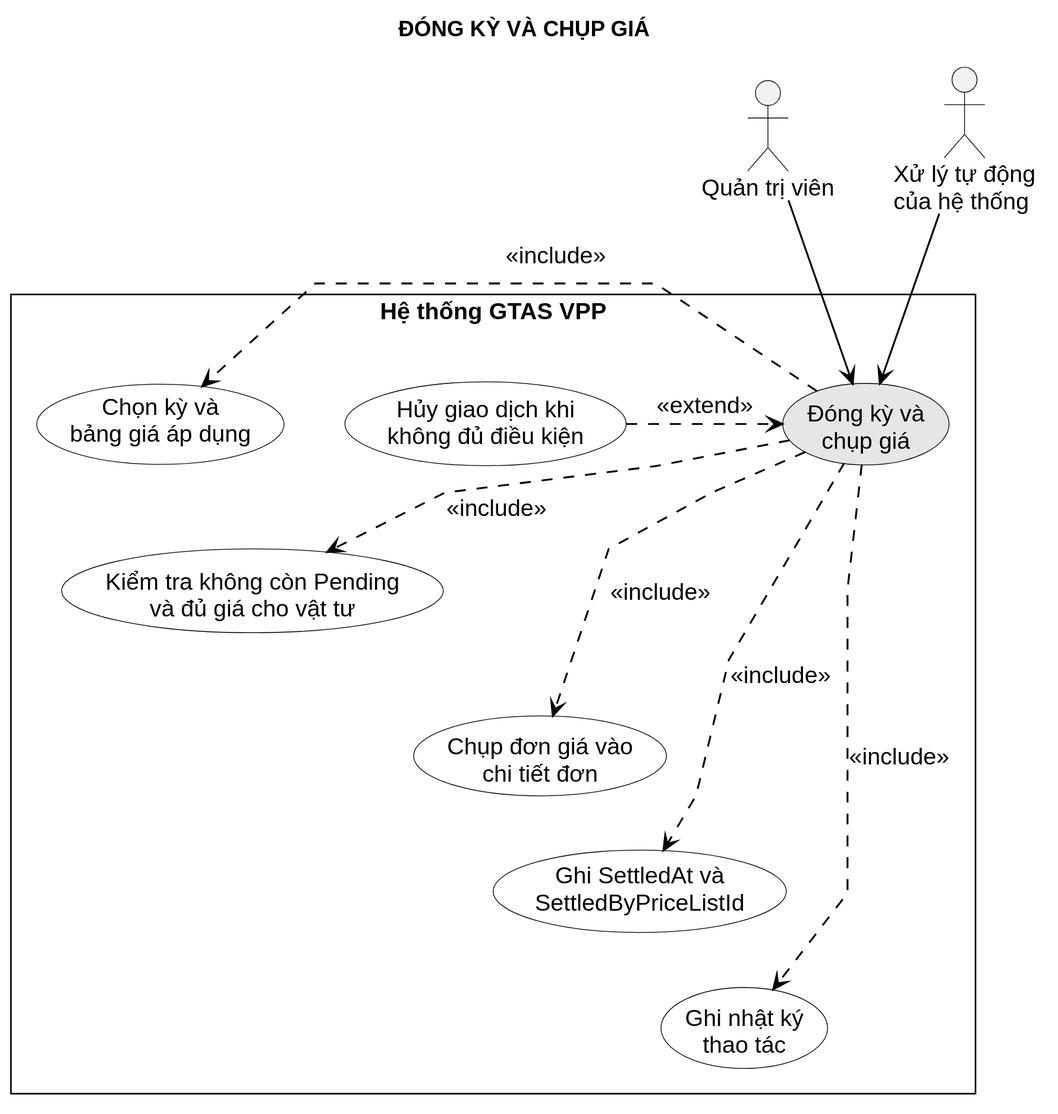
The PlantUML diagram LVTN/diagrams/ch03/use-case-settle-period.svg in Miikey24s/gtas_vpp, before a commit.
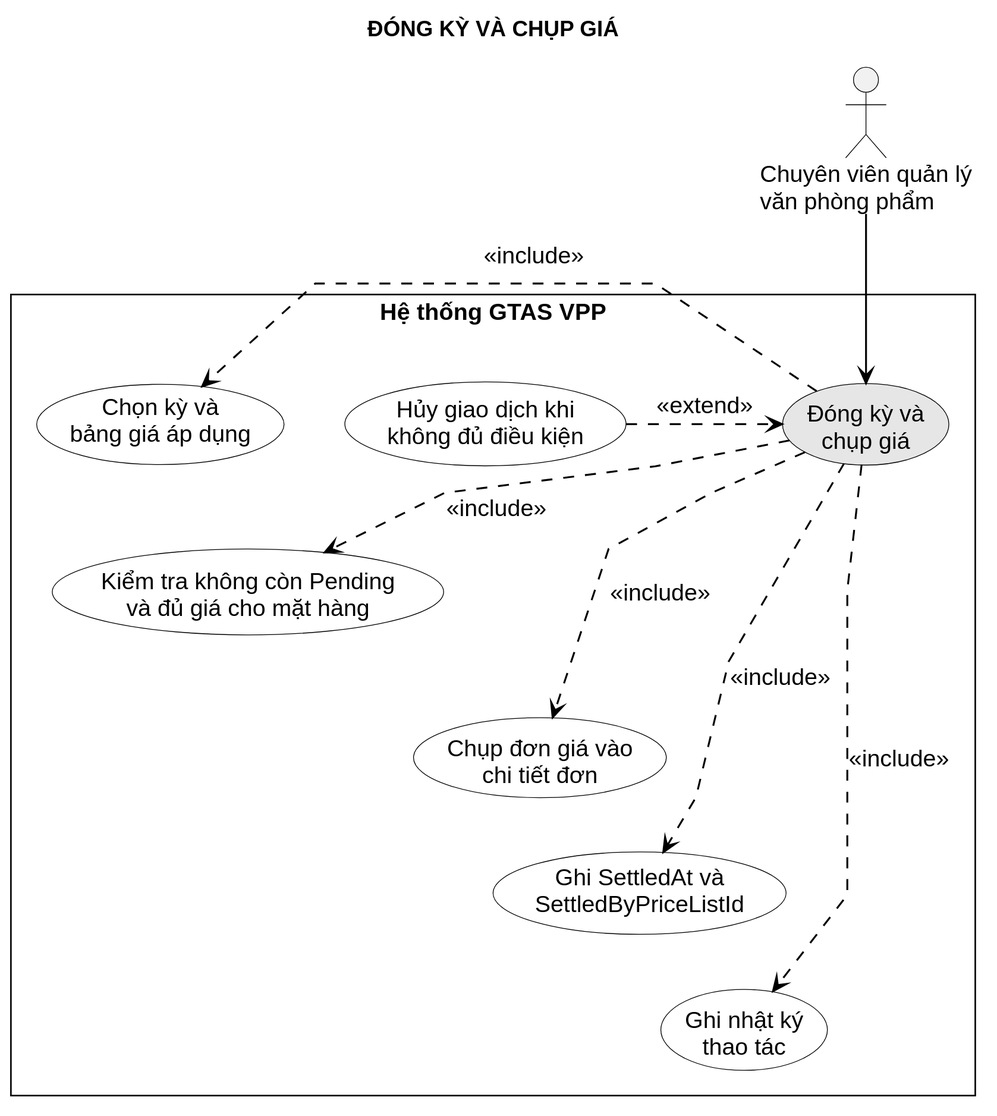
The same file after the commit.

Change to the diagram source:
```diff
@@ -2,13 +2,12 @@
 !include ../common/usecase-style.puml
 title ĐÓNG KỲ VÀ CHỤP GIÁ
 
-actor "Quản trị viên" as Admin
-actor "Xử lý tự động\ncủa hệ thống" as Automation
+actor "Chuyên viên quản lý\nvăn phòng phẩm" as Procurement
 
 rectangle "Hệ thống GTAS VPP" {
   usecase "Đóng kỳ và\nchụp giá" as Settle #E6E6E6
   usecase "Chọn kỳ và\nbảng giá áp dụng" as Select
-  usecase "Kiểm tra không còn Pending\nvà đủ giá cho vật tư" as Validate
+  usecase "Kiểm tra không còn Pending\nvà đủ giá cho mặt hàng" as Validate
   usecase "Chụp đơn giá vào\nchi tiết đơn" as Snapshot
   usecase "Ghi SettledAt và\nSettledByPriceListId" as Mark
   usecase "Ghi nhật ký\nthao tác" as Log
@@ -28,6 +27,5 @@
   Mark -[hidden]down- Log
 }
 
-Admin --> Settle
-Automation --> Settle
+Procurement --> Settle
 @enduml
```
